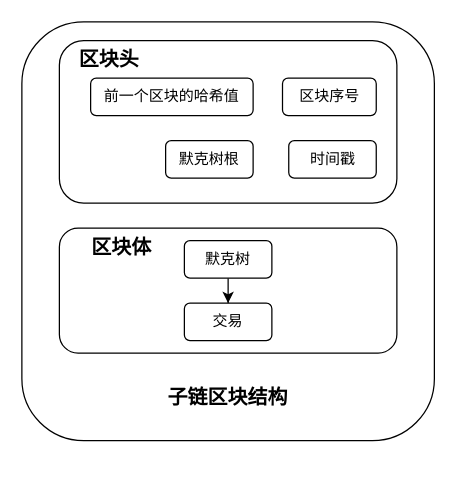
Earlier version of the draw.io diagram 毕业论文第3章子链区块 .drawio (burnandgun/diagrams). Source tidied: cells renumbered, new cells numbered last; positions are measured from the earlier drawing's top-left corner, leaving out a move shared by most shapes. Both pictures are drawn from the tidied source at 125%, with x=0, y=0 at pixel (21, 21).
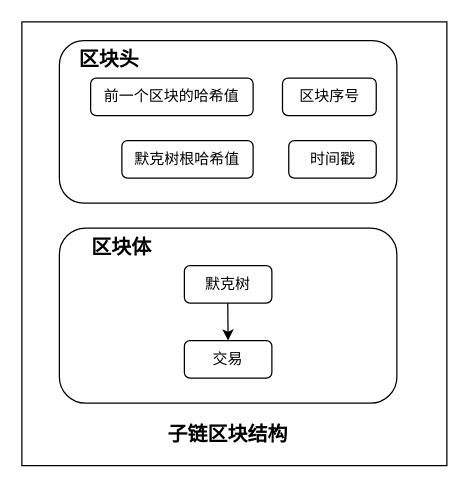
The same page after the edit.

Commit message:
更新毕业论文第3章子链区块 .drawio

What changed in the source:
```diff
@@
 <mxGraphModel>
   <root>
     <mxCell id="0" />
     <mxCell id="1" parent="0" />
-    <mxCell id="2" style="rounded=1;whiteSpace=wrap;html=1;strokeColor=default;fontFamily=Helvetica;fontSize=12;fontColor=default;fillColor=none;" parent="1" vertex="1">
-      <mxGeometry width="330" height="335" as="geometry" />
-    </mxCell>
-    <mxCell id="3" style="rounded=1;whiteSpace=wrap;html=1;fillColor=none;" parent="1" vertex="1">
-      <mxGeometry x="30" y="165" width="270" height="100" as="geometry" />
-    </mxCell>
-    <mxCell id="4" style="rounded=1;whiteSpace=wrap;html=1;fillColor=none;" parent="1" vertex="1">
-      <mxGeometry x="30" y="15" width="270" height="130" as="geometry" />
-    </mxCell>
+    <mxCell id="15" style="rounded=0;whiteSpace=wrap;html=1;strokeColor=default;fontFamily=宋体;fontSize=12;fontColor=default;fillColor=none;" parent="1" vertex="1">
+      <mxGeometry width="340" height="355" as="geometry" />
+    </mxCell>
+    <mxCell id="16" style="rounded=1;whiteSpace=wrap;html=1;fillColor=none;fontFamily=宋体;" parent="1" vertex="1">
+      <mxGeometry x="30" y="165" width="270" height="140" as="geometry" />
+    </mxCell>
+    <mxCell id="17" style="rounded=1;whiteSpace=wrap;html=1;fillColor=none;fontFamily=宋体;" parent="1" vertex="1">
+      <mxGeometry x="30" y="15" width="270" height="130" as="geometry" />
+    </mxCell>
-    <mxCell id="5" value="前一个区块的哈希值" style="rounded=1;whiteSpace=wrap;html=1;fillColor=default;" parent="1" vertex="1">
+    <mxCell id="5" value="前一个区块的哈希值" style="rounded=1;whiteSpace=wrap;html=1;fillColor=default;fontFamily=宋体;" parent="1" vertex="1">
       <mxGeometry x="55" y="45" width="130" height="30" as="geometry" />
     </mxCell>
-    <mxCell id="6" value="默克树根" style="rounded=1;whiteSpace=wrap;html=1;fillColor=default;" parent="1" vertex="1">
-      <mxGeometry x="115" y="95" width="70" height="30" as="geometry" />
-    </mxCell>
+    <mxCell id="18" value="默克树根哈希值" style="rounded=1;whiteSpace=wrap;html=1;fillColor=default;fontFamily=宋体;" parent="1" vertex="1">
+      <mxGeometry x="80" y="95" width="105" height="30" as="geometry" />
+    </mxCell>
-    <mxCell id="7" value="时间戳" style="rounded=1;whiteSpace=wrap;html=1;fillColor=default;" parent="1" vertex="1">
+    <mxCell id="7" value="时间戳" style="rounded=1;whiteSpace=wrap;html=1;fillColor=default;fontFamily=宋体;" parent="1" vertex="1">
       <mxGeometry x="213.5" y="95" width="70" height="30" as="geometry" />
     </mxCell>
-    <mxCell id="8" value="&lt;span style=&quot;font-size: 16px;&quot;&gt;&lt;b&gt;区块体&lt;/b&gt;&lt;/span&gt;" style="text;html=1;strokeColor=none;fillColor=none;align=center;verticalAlign=middle;whiteSpace=wrap;rounded=0;" parent="1" vertex="1">
+    <mxCell id="8" value="&lt;span style=&quot;font-size: 16px;&quot;&gt;&lt;b&gt;区块体&lt;/b&gt;&lt;/span&gt;" style="text;html=1;strokeColor=none;fillColor=none;align=center;verticalAlign=middle;whiteSpace=wrap;rounded=0;fontFamily=宋体;" parent="1" vertex="1">
       <mxGeometry x="20" y="165" width="120" height="30" as="geometry" />
     </mxCell>
-    <mxCell id="9" value="&lt;span style=&quot;font-size: 16px;&quot;&gt;&lt;b&gt;区块头&lt;/b&gt;&lt;/span&gt;" style="text;html=1;strokeColor=none;fillColor=none;align=center;verticalAlign=middle;whiteSpace=wrap;rounded=0;" parent="1" vertex="1">
+    <mxCell id="9" value="&lt;span style=&quot;font-size: 16px;&quot;&gt;&lt;b&gt;区块头&lt;/b&gt;&lt;/span&gt;" style="text;html=1;strokeColor=none;fillColor=none;align=center;verticalAlign=middle;whiteSpace=wrap;rounded=0;fontFamily=宋体;" parent="1" vertex="1">
       <mxGeometry x="10" y="15" width="120" height="30" as="geometry" />
     </mxCell>
-    <mxCell id="10" value="区块序号" style="rounded=1;whiteSpace=wrap;html=1;fillColor=default;" parent="1" vertex="1">
+    <mxCell id="10" value="区块序号" style="rounded=1;whiteSpace=wrap;html=1;fillColor=default;fontFamily=宋体;" parent="1" vertex="1">
       <mxGeometry x="208.5" y="45" width="75" height="30" as="geometry" />
     </mxCell>
-    <mxCell id="11" style="edgeStyle=orthogonalEdgeStyle;rounded=0;jettySize=auto;html=1;fontFamily=Helvetica;fontSize=12;fontColor=default;" parent="1" edge="1" source="12" target="14">
-      <mxGeometry relative="1" as="geometry" />
-    </mxCell>
-    <mxCell id="12" value="默克树" style="rounded=1;whiteSpace=wrap;html=1;fillColor=default;" parent="1" vertex="1">
-      <mxGeometry x="130" y="175" width="70" height="30" as="geometry" />
+    <mxCell id="12" value="默克树" style="rounded=1;whiteSpace=wrap;html=1;fillColor=default;fontFamily=宋体;" parent="1" vertex="1">
+      <mxGeometry x="130" y="195" width="70" height="30" as="geometry" />
     </mxCell>
-    <mxCell id="13" value="&lt;span style=&quot;font-size: 16px;&quot;&gt;&lt;b&gt;子链区块结构&lt;/b&gt;&lt;/span&gt;" style="text;html=1;strokeColor=none;fillColor=none;align=center;verticalAlign=middle;whiteSpace=wrap;rounded=0;" parent="1" vertex="1">
-      <mxGeometry x="105" y="285" width="120" height="30" as="geometry" />
+    <mxCell id="13" value="&lt;span style=&quot;font-size: 16px;&quot;&gt;&lt;b&gt;子链区块结构&lt;/b&gt;&lt;/span&gt;" style="text;html=1;strokeColor=none;fillColor=none;align=center;verticalAlign=middle;whiteSpace=wrap;rounded=0;fontFamily=宋体;" parent="1" vertex="1">
+      <mxGeometry x="105" y="315" width="120" height="30" as="geometry" />
     </mxCell>
     <mxCell id="14" value="交易" style="rounded=1;whiteSpace=wrap;html=1;fillColor=default;" parent="1" vertex="1">
-      <mxGeometry x="130" y="225" width="70" height="30" as="geometry" />
+      <mxGeometry x="130" y="255" width="70" height="30" as="geometry" />
     </mxCell>
+    <mxCell id="19" style="edgeStyle=orthogonalEdgeStyle;rounded=0;jettySize=auto;html=1;fontFamily=Helvetica;fontSize=12;fontColor=default;entryX=0.5;entryY=0;entryDx=0;entryDy=0;" parent="1" edge="1" target="14">
+      <mxGeometry relative="1" as="geometry">
+        <mxPoint x="164.7" y="225" as="sourcePoint" />
+      </mxGeometry>
+    </mxCell>
   </root>
 </mxGraphModel>
```
